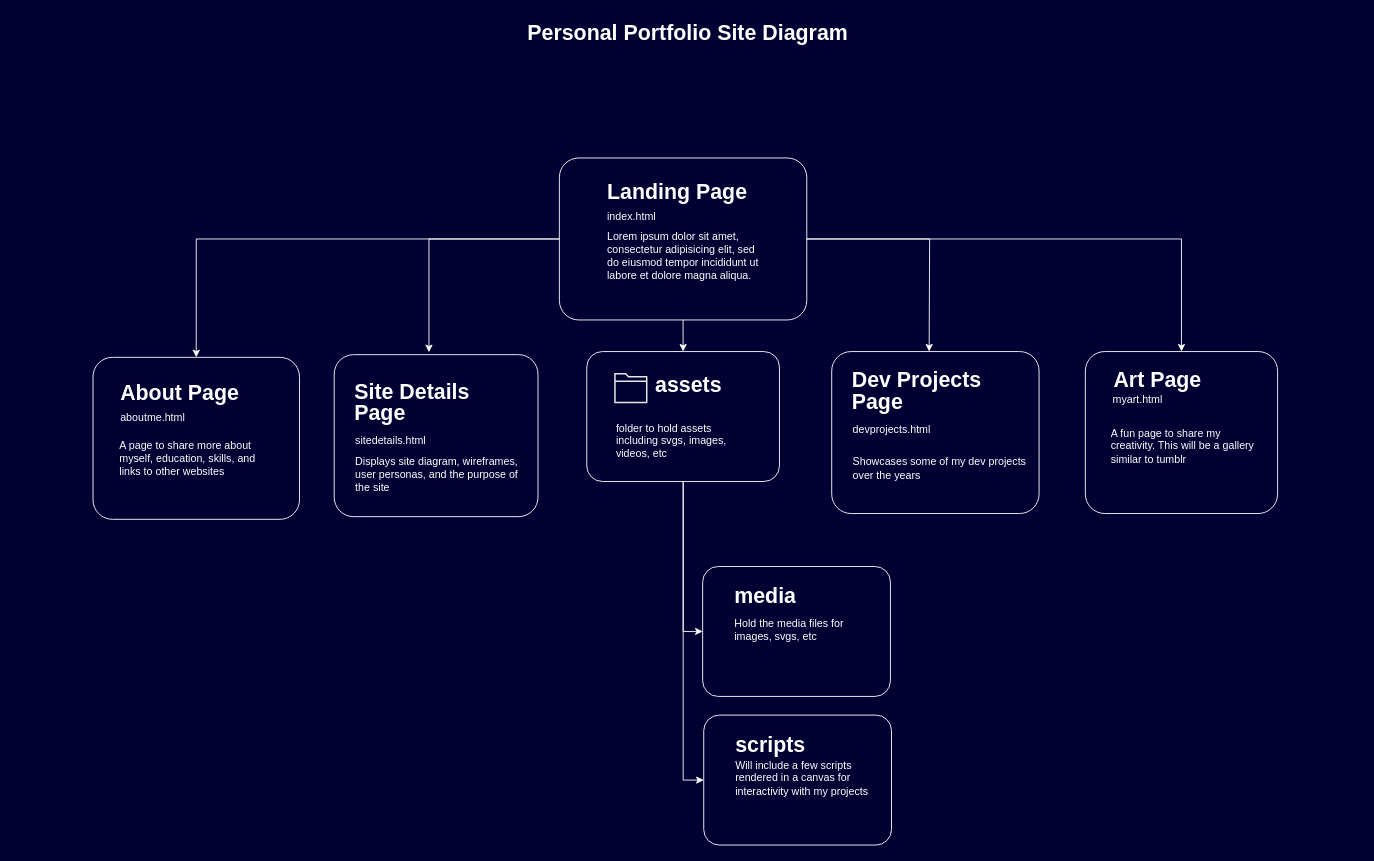
Earlier version of the draw.io diagram SiteDiagram.drawio (will-loves-coding82/PersonalPortfolio). Source tidied: cells renumbered, new cells numbered last; positions are measured from the earlier drawing's top-left corner, leaving out a move shared by most shapes. Both pictures are drawn from the tidied source at 89%, with x=0, y=0 at pixel (15, 15).
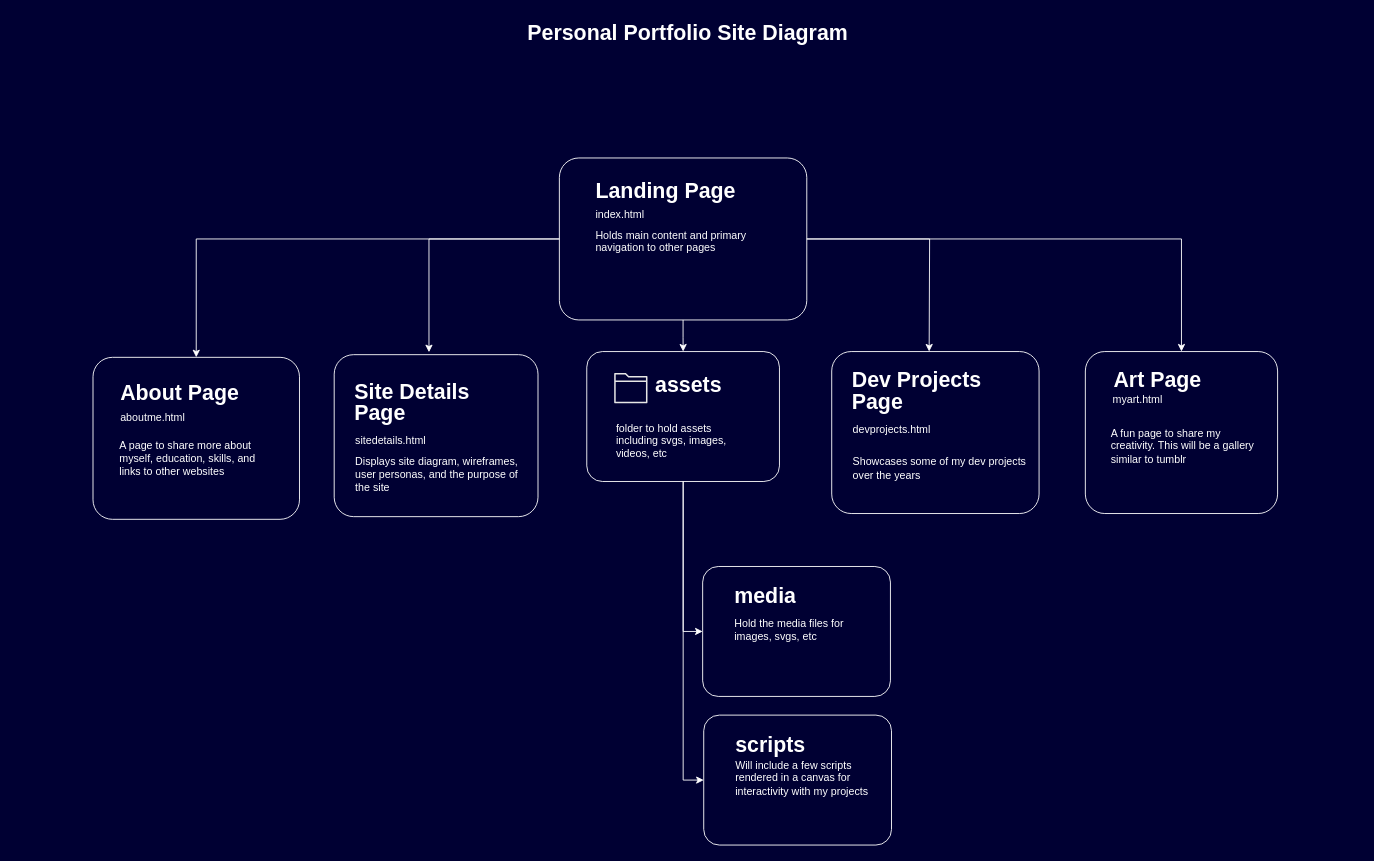
The same diagram, later.

The edit, as a diff of the source:
```diff
@@
-    <mxCell id="9" value="&lt;p style=&quot;line-height: 70%;&quot;&gt;&lt;/p&gt;&lt;h1 style=&quot;line-height: 60%;&quot;&gt;&lt;font color=&quot;#ffffff&quot;&gt;Landing Page&lt;/font&gt;&lt;/h1&gt;&lt;div style=&quot;line-height: 60%;&quot;&gt;&lt;font color=&quot;#ffffff&quot;&gt;index.html&lt;/font&gt;&lt;/div&gt;&lt;p&gt;&lt;font color=&quot;#ffffff&quot;&gt;Lorem ipsum dolor sit amet, consectetur adipisicing elit, sed do eiusmod tempor incididunt ut labore et dolore magna aliqua.&lt;/font&gt;&lt;/p&gt;&lt;p&gt;&lt;/p&gt;" style="text;html=1;strokeColor=none;fillColor=none;spacing=5;spacingTop=-20;whiteSpace=wrap;overflow=hidden;rounded=0;" parent="1" vertex="1">
-      <mxGeometry x="660" y="186" width="190" height="120" as="geometry" />
+    <mxCell id="9" value="&lt;p style=&quot;line-height: 70%;&quot;&gt;&lt;/p&gt;&lt;h1 style=&quot;line-height: 60%;&quot;&gt;&lt;font color=&quot;#ffffff&quot;&gt;Landing Page&lt;/font&gt;&lt;/h1&gt;&lt;div style=&quot;line-height: 60%;&quot;&gt;&lt;font color=&quot;#ffffff&quot;&gt;index.html&lt;/font&gt;&lt;/div&gt;&lt;p&gt;&lt;font color=&quot;#ffffff&quot;&gt;Holds main content and primary&amp;nbsp; navigation to other pages&lt;/font&gt;&lt;/p&gt;&lt;p&gt;&lt;/p&gt;" style="text;html=1;strokeColor=none;fillColor=none;spacing=5;spacingTop=-20;whiteSpace=wrap;overflow=hidden;rounded=0;" parent="1" vertex="1">
+      <mxGeometry x="647" y="184" width="190" height="120" as="geometry" />
     </mxCell>
```
